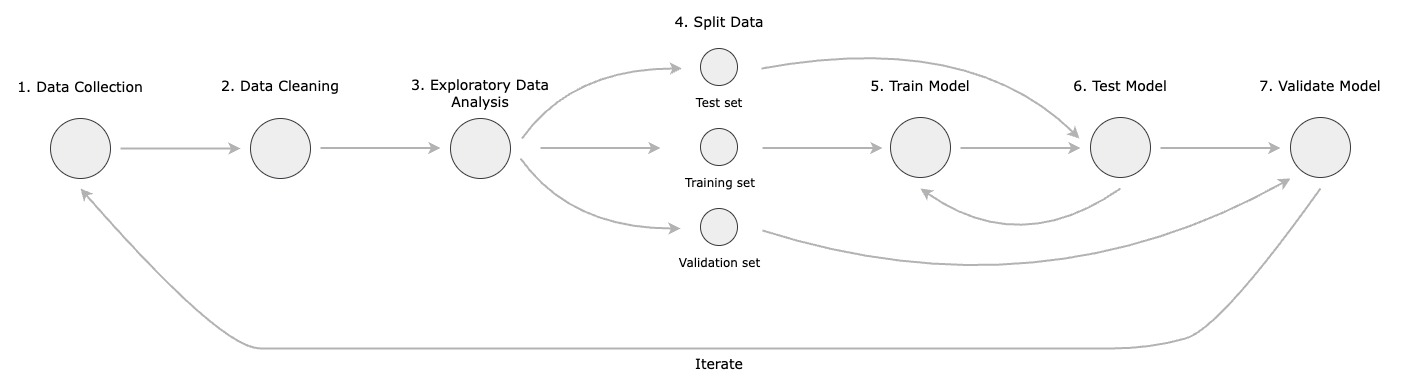
Before: assets/machine-learning-pipeline.png, a diagram exported from draw.io (marcosmcb/housing-dataset-geospatial-analysis). Source tidied: cells renumbered, new cells last; positions are measured from the earlier drawing's top-left corner, leaving out a move shared by most shapes.
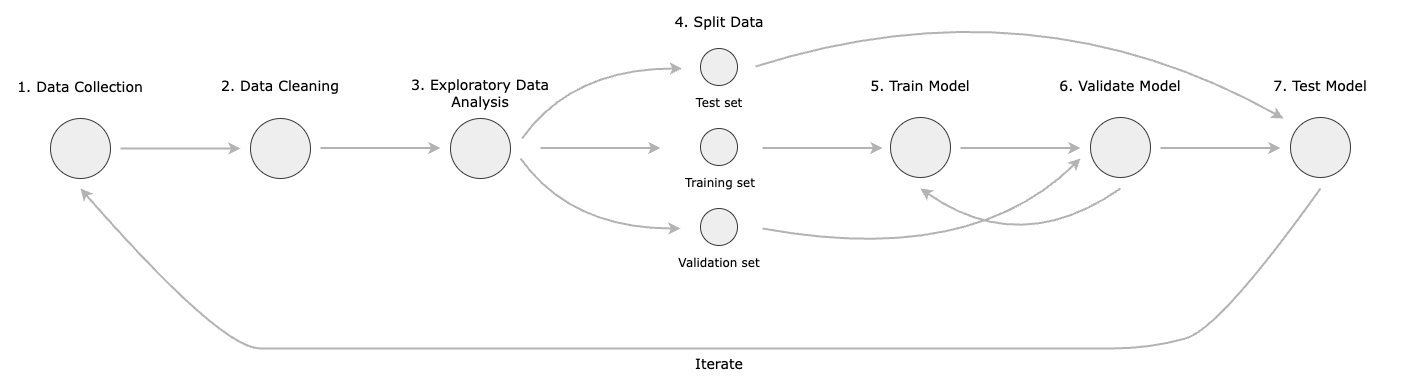
After the change.

Commit message:
docs: update machine learning pipeline image to show difference between testing and validation sets - correct this time

Change to the diagram source:
```diff
@@ -50,13 +50,13 @@
     <mxCell id="17" style="ellipse;whiteSpace=wrap;html=1;fillColor=#eeeeee;strokeColor=#36393d;" parent="1" vertex="1">
       <mxGeometry x="1090" y="110" width="60" height="60" as="geometry" />
     </mxCell>
-    <mxCell id="18" value="&lt;h3&gt;&lt;font style=&quot;font-weight: normal;&quot; face=&quot;Verdana&quot;&gt;6. Test Model&lt;/font&gt;&lt;/h3&gt;" style="text;html=1;strokeColor=none;fillColor=none;align=center;verticalAlign=middle;whiteSpace=wrap;rounded=0;" parent="1" vertex="1">
+    <mxCell id="18" value="&lt;h3&gt;&lt;font style=&quot;font-weight: normal;&quot; face=&quot;Verdana&quot;&gt;6. Validate Model&lt;/font&gt;&lt;/h3&gt;" style="text;html=1;strokeColor=none;fillColor=none;align=center;verticalAlign=middle;whiteSpace=wrap;rounded=0;" parent="1" vertex="1">
       <mxGeometry x="1040" y="64" width="160" height="30" as="geometry" />
     </mxCell>
     <mxCell id="19" style="ellipse;whiteSpace=wrap;html=1;fillColor=#eeeeee;strokeColor=#36393d;" parent="1" vertex="1">
       <mxGeometry x="1290" y="110" width="60" height="60" as="geometry" />
     </mxCell>
-    <mxCell id="20" value="&lt;h3&gt;&lt;font style=&quot;font-weight: normal;&quot; face=&quot;Verdana&quot;&gt;7. Validate Model&lt;/font&gt;&lt;/h3&gt;" style="text;html=1;strokeColor=none;fillColor=none;align=center;verticalAlign=middle;whiteSpace=wrap;rounded=0;" parent="1" vertex="1">
+    <mxCell id="20" value="&lt;h3&gt;&lt;font style=&quot;font-weight: normal;&quot; face=&quot;Verdana&quot;&gt;7. Test Model&lt;/font&gt;&lt;/h3&gt;" style="text;html=1;strokeColor=none;fillColor=none;align=center;verticalAlign=middle;whiteSpace=wrap;rounded=0;" parent="1" vertex="1">
       <mxGeometry x="1240" y="64" width="160" height="30" as="geometry" />
     </mxCell>
     <mxCell id="21" style="endArrow=classic;html=1;strokeWidth=2;strokeColor=#B3B3B3;curved=1;" parent="1" edge="1">
@@ -115,19 +115,19 @@
     </mxCell>
     <mxCell id="29" style="endArrow=classic;html=1;strokeWidth=2;strokeColor=#B3B3B3;curved=1;" parent="1" edge="1">
       <mxGeometry relative="1" as="geometry">
-        <mxPoint x="761" y="61" as="sourcePoint" />
-        <mxPoint x="1079" y="131" as="targetPoint" />
+        <mxPoint x="762" y="221" as="sourcePoint" />
+        <mxPoint x="1080" y="151" as="targetPoint" />
         <Array as="points">
-          <mxPoint x="969" y="23" />
+          <mxPoint x="970" y="259" />
         </Array>
       </mxGeometry>
     </mxCell>
     <mxCell id="30" style="endArrow=classic;html=1;strokeWidth=2;strokeColor=#B3B3B3;curved=1;" parent="1" edge="1">
       <mxGeometry relative="1" as="geometry">
-        <mxPoint x="762" y="223" as="sourcePoint" />
-        <mxPoint x="1290" y="171" as="targetPoint" />
+        <mxPoint x="755" y="59" as="sourcePoint" />
+        <mxPoint x="1283" y="111" as="targetPoint" />
         <Array as="points">
-          <mxPoint x="1040" y="311" />
+          <mxPoint x="1033" y="-29" />
         </Array>
       </mxGeometry>
     </mxCell>
```
